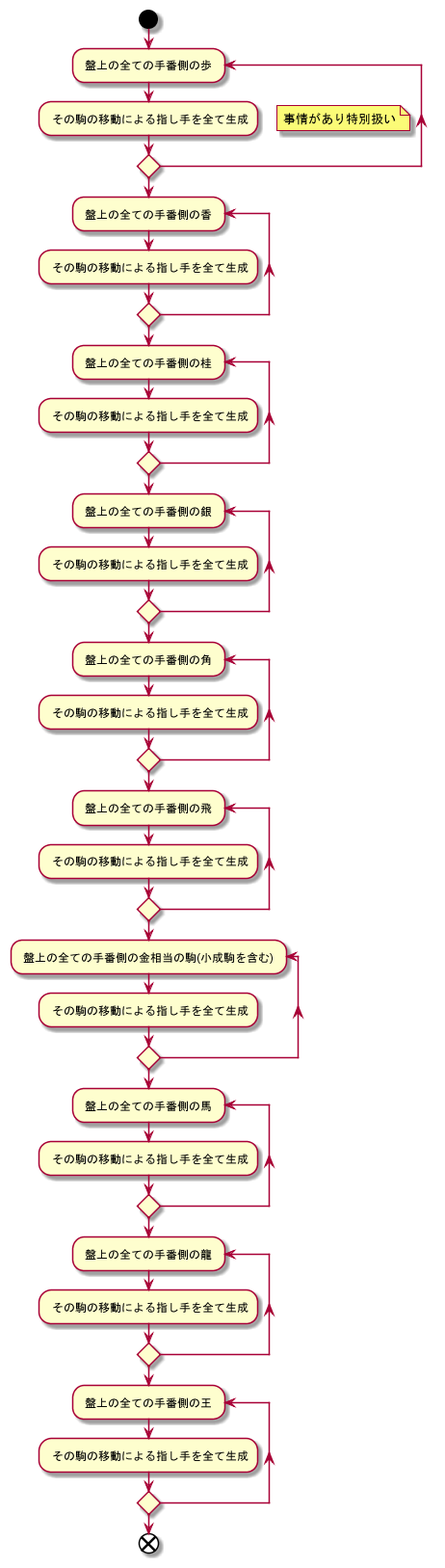
This is 004_将棋エンジンを作ってみる【ルール実装編4】/駒移動の指し手生成.png from samakusa/qiita_resource, a PlantUML export, as it was before one commit.
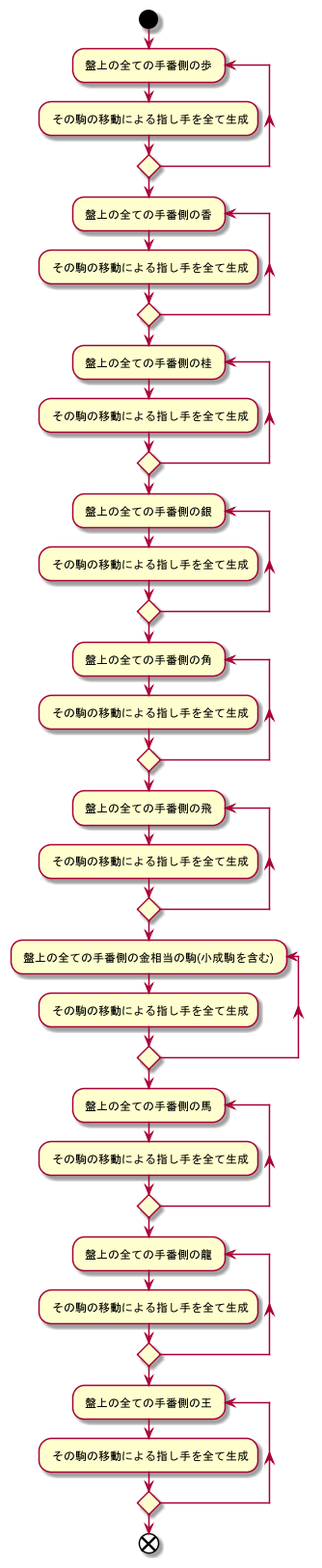
The same diagram one commit later.

Commit message:
駒移動の指し手生成、コメント削除

Diff of the diagram source:
```diff
@@ -2,7 +2,6 @@
 start
 repeat : 盤上の全ての手番側の歩 ;
     : その駒の移動による指し手を全て生成;
-    floating note right: 事情があり特別扱い
 repeat while ( )
 repeat : 盤上の全ての手番側の香 ;
     : その駒の移動による指し手を全て生成;
```
